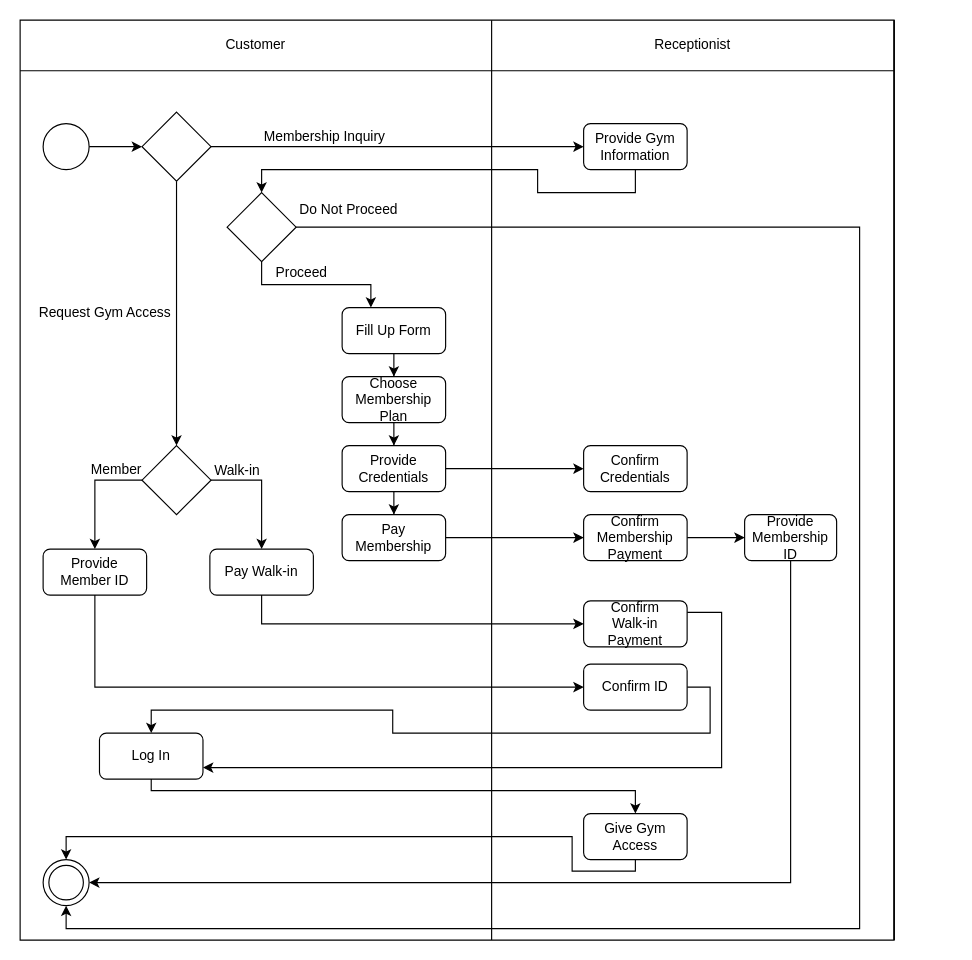
Above: Untitled Diagram.drawio in NanaShakeCoder/RAM-Project (draw.io), before the change. Source tidied: cells renumbered, new cells numbered last; positions are measured from the earlier drawing's top-left corner, leaving out a move shared by most shapes. Both pictures are drawn from the tidied source at 115%, with x=0, y=0 at pixel (20, 20).
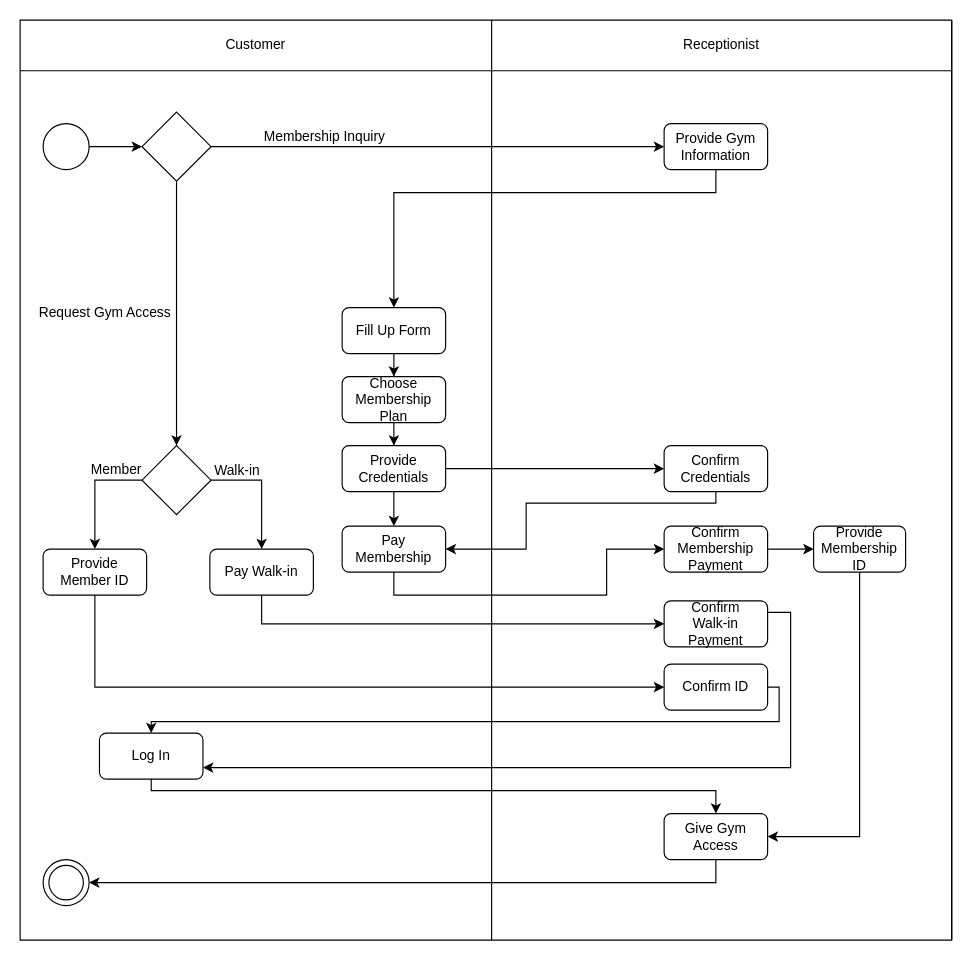
After the change.

The change refers to these unchanged cells:
```xml
<mxCell id="23" style="ellipse;whiteSpace=wrap;html=1;" parent="22" vertex="1">
  <mxGeometry width="40" height="40" as="geometry" />
</mxCell>
<mxCell id="35" value="Fill Up Form" style="rounded=1;whiteSpace=wrap;html=1;" parent="1" vertex="1">
  <mxGeometry x="280" y="250" width="90" height="40" as="geometry" />
</mxCell>
<mxCell id="39" value="Log In" style="rounded=1;whiteSpace=wrap;html=1;" parent="1" vertex="1">
  <mxGeometry x="69" y="620" width="90" height="40" as="geometry" />
</mxCell>
```

Change to the diagram source:
```diff
@@
     <mxCell id="2" style="shape=table;startSize=0;childLayout=tableLayout;" parent="1" vertex="1">
-      <mxGeometry width="760" height="800" as="geometry" />
+      <mxGeometry width="810" height="800" as="geometry" />
     </mxCell>
     <mxCell id="3" style="shape=tableRow;horizontal=0;startSize=0;swimlaneHead=0;swimlaneBody=0;strokeColor=inherit;top=0;left=0;bottom=0;right=0;fillColor=none;" parent="2" vertex="1">
-      <mxGeometry width="760" height="44" as="geometry" />
+      <mxGeometry width="810" height="44" as="geometry" />
     </mxCell>
@@
     <mxCell id="5" value="Receptionist" style="shape=partialRectangle;html=1;whiteSpace=wrap;strokeColor=inherit;overflow=hidden;fillColor=none;top=0;left=0;bottom=0;right=0;" parent="3" vertex="1">
-      <mxGeometry x="410" width="350" height="44" as="geometry" />
+      <mxGeometry x="410" width="400" height="44" as="geometry" />
     </mxCell>
     <mxCell id="6" style="shape=tableRow;horizontal=0;startSize=0;swimlaneHead=0;swimlaneBody=0;strokeColor=inherit;top=0;left=0;bottom=0;right=0;fillColor=none;" parent="2" vertex="1">
-      <mxGeometry y="44" width="760" height="756" as="geometry" />
+      <mxGeometry y="44" width="810" height="756" as="geometry" />
     </mxCell>
@@
     <mxCell id="8" style="shape=partialRectangle;html=1;whiteSpace=wrap;strokeColor=inherit;overflow=hidden;fillColor=none;top=0;left=0;bottom=0;right=0;" parent="6" vertex="1">
-      <mxGeometry x="410" width="350" height="756" as="geometry" />
+      <mxGeometry x="410" width="400" height="756" as="geometry" />
     </mxCell>
     <mxCell id="9" style="whiteSpace=wrap;html=1;" parent="6" vertex="1">
-      <mxGeometry x="760" height="756" as="geometry" />
+      <mxGeometry x="810" height="756" as="geometry" />
     </mxCell>
@@
-    <mxCell id="16" style="edgeStyle=orthogonalEdgeStyle;rounded=0;jettySize=auto;html=1;exitX=0.5;exitY=1;exitDx=0;exitDy=0;entryX=1;entryY=0.5;entryDx=0;entryDy=0;" parent="1" edge="1" source="17" target="23">
+    <mxCell id="16" style="edgeStyle=orthogonalEdgeStyle;rounded=0;jettySize=auto;html=1;exitX=0.5;exitY=1;exitDx=0;exitDy=0;entryX=1;entryY=0.5;entryDx=0;entryDy=0;" parent="1" edge="1" source="17" target="21">
       <mxGeometry relative="1" as="geometry" />
     </mxCell>
     <mxCell id="17" value="Provide Membership&lt;div&gt;ID&lt;/div&gt;" style="rounded=1;whiteSpace=wrap;html=1;" parent="1" vertex="1">
-      <mxGeometry x="630" y="430" width="80" height="40" as="geometry" />
+      <mxGeometry x="690" y="440" width="80" height="40" as="geometry" />
     </mxCell>
@@
     <mxCell id="19" value="Confirm&lt;div&gt;Membership Payment&lt;/div&gt;" style="rounded=1;whiteSpace=wrap;html=1;" parent="1" vertex="1">
-      <mxGeometry x="490" y="430" width="90" height="40" as="geometry" />
+      <mxGeometry x="560" y="440" width="90" height="40" as="geometry" />
     </mxCell>
     <mxCell id="20" style="edgeStyle=orthogonalEdgeStyle;rounded=0;jettySize=auto;html=1;exitX=0.5;exitY=1;exitDx=0;exitDy=0;" parent="1" edge="1" source="21">
       <mxGeometry relative="1" as="geometry">
-        <mxPoint x="40" y="730" as="targetPoint" />
+        <mxPoint x="60" y="750" as="targetPoint" />
         <Array as="points">
-          <mxPoint x="535" y="740" />
-          <mxPoint x="480" y="740" />
-          <mxPoint x="480" y="710" />
-          <mxPoint x="40" y="710" />
+          <mxPoint x="605" y="750" />
         </Array>
       </mxGeometry>
     </mxCell>
     <mxCell id="21" value="Give Gym Access" style="rounded=1;whiteSpace=wrap;html=1;" parent="1" vertex="1">
-      <mxGeometry x="490" y="690" width="90" height="40" as="geometry" />
+      <mxGeometry x="560" y="690" width="90" height="40" as="geometry" />
     </mxCell>
@@
-    <mxCell id="25" style="edgeStyle=orthogonalEdgeStyle;rounded=0;jettySize=auto;html=1;exitX=0.5;exitY=1;exitDx=0;exitDy=0;" parent="1" edge="1" source="26" target="56">
+    <mxCell id="25" style="edgeStyle=orthogonalEdgeStyle;rounded=0;jettySize=auto;html=1;exitX=0.5;exitY=1;exitDx=0;exitDy=0;entryX=0.5;entryY=0;entryDx=0;entryDy=0;" parent="1" edge="1" source="26" target="35">
       <mxGeometry relative="1" as="geometry">
         <Array as="points">
-          <mxPoint x="535" y="150" />
-          <mxPoint x="450" y="150" />
-          <mxPoint x="450" y="130" />
-          <mxPoint x="210" y="130" />
+          <mxPoint x="605" y="150" />
+          <mxPoint x="325" y="150" />
         </Array>
       </mxGeometry>
     </mxCell>
     <mxCell id="26" value="Provide Gym Information" style="rounded=1;whiteSpace=wrap;html=1;" parent="1" vertex="1">
-      <mxGeometry x="490" y="90" width="90" height="40" as="geometry" />
+      <mxGeometry x="560" y="90" width="90" height="40" as="geometry" />
     </mxCell>
@@
     <mxCell id="36" style="edgeStyle=orthogonalEdgeStyle;rounded=0;jettySize=auto;html=1;exitX=1;exitY=0.5;exitDx=0;exitDy=0;entryX=0.5;entryY=0;entryDx=0;entryDy=0;" parent="1" edge="1" source="37" target="39">
       <mxGeometry relative="1" as="geometry">
         <Array as="points">
-          <mxPoint x="600" y="580" />
-          <mxPoint x="600" y="620" />
-          <mxPoint x="324" y="620" />
-          <mxPoint x="324" y="600" />
-          <mxPoint x="114" y="600" />
+          <mxPoint x="660" y="580" />
+          <mxPoint x="660" y="610" />
+          <mxPoint x="114" y="610" />
         </Array>
       </mxGeometry>
     </mxCell>
     <mxCell id="37" value="Confirm ID" style="rounded=1;whiteSpace=wrap;html=1;" parent="1" vertex="1">
-      <mxGeometry x="490" y="560" width="90" height="40" as="geometry" />
+      <mxGeometry x="560" y="560" width="90" height="40" as="geometry" />
     </mxCell>
     <mxCell id="38" style="edgeStyle=orthogonalEdgeStyle;rounded=0;jettySize=auto;html=1;exitX=0.5;exitY=1;exitDx=0;exitDy=0;entryX=0.5;entryY=0;entryDx=0;entryDy=0;" parent="1" edge="1" source="39" target="21">
       <mxGeometry relative="1" as="geometry">
         <Array as="points">
           <mxPoint x="114" y="670" />
-          <mxPoint x="535" y="670" />
+          <mxPoint x="605" y="670" />
         </Array>
       </mxGeometry>
     </mxCell>
@@
-    <mxCell id="41" style="edgeStyle=orthogonalEdgeStyle;rounded=0;jettySize=auto;html=1;" parent="1" edge="1" source="42" target="19">
-      <mxGeometry relative="1" as="geometry" />
+    <mxCell id="41" style="edgeStyle=orthogonalEdgeStyle;rounded=0;jettySize=auto;html=1;exitX=0.5;exitY=1;exitDx=0;exitDy=0;" parent="1" edge="1" source="42" target="19">
+      <mxGeometry relative="1" as="geometry">
+        <Array as="points">
+          <mxPoint x="325" y="500" />
+          <mxPoint x="510" y="500" />
+          <mxPoint x="510" y="460" />
+        </Array>
+      </mxGeometry>
     </mxCell>
     <mxCell id="42" value="Pay Membership" style="rounded=1;whiteSpace=wrap;html=1;" parent="1" vertex="1">
-      <mxGeometry x="280" y="430" width="90" height="40" as="geometry" />
+      <mxGeometry x="280" y="440" width="90" height="40" as="geometry" />
     </mxCell>
-    <mxCell id="43" value="Do Not Proceed" style="text;strokeColor=none;align=center;fillColor=none;html=1;verticalAlign=middle;whiteSpace=wrap;rounded=0;" parent="1" vertex="1">
-      <mxGeometry x="241" y="150" width="90" height="30" as="geometry" />
-    </mxCell>
@@
+    <mxCell id="60" style="edgeStyle=orthogonalEdgeStyle;rounded=0;jettySize=auto;html=1;exitX=0.5;exitY=1;exitDx=0;exitDy=0;entryX=1;entryY=0.5;entryDx=0;entryDy=0;" parent="1" edge="1" source="48" target="42">
+      <mxGeometry relative="1" as="geometry">
+        <Array as="points">
+          <mxPoint x="605" y="420" />
+          <mxPoint x="440" y="420" />
+          <mxPoint x="440" y="460" />
+        </Array>
+      </mxGeometry>
+    </mxCell>
     <mxCell id="48" value="Confirm Credentials" style="rounded=1;whiteSpace=wrap;html=1;" parent="1" vertex="1">
-      <mxGeometry x="490" y="370" width="90" height="40" as="geometry" />
+      <mxGeometry x="560" y="370" width="90" height="40" as="geometry" />
     </mxCell>
@@
-    <mxCell id="52" value="Proceed" style="text;strokeColor=none;align=center;fillColor=none;html=1;verticalAlign=middle;whiteSpace=wrap;rounded=0;" parent="1" vertex="1">
-      <mxGeometry x="200" y="205" width="90" height="30" as="geometry" />
-    </mxCell>
@@
-    <mxCell id="54" style="edgeStyle=orthogonalEdgeStyle;rounded=0;jettySize=auto;html=1;" parent="1" edge="1" source="56" target="35">
-      <mxGeometry relative="1" as="geometry">
-        <Array as="points">
-          <mxPoint x="210" y="230" />
-          <mxPoint x="305" y="230" />
-        </Array>
-      </mxGeometry>
-    </mxCell>
-    <mxCell id="55" style="edgeStyle=orthogonalEdgeStyle;rounded=0;jettySize=auto;html=1;exitX=1;exitY=0.5;exitDx=0;exitDy=0;entryX=0.5;entryY=1;entryDx=0;entryDy=0;" parent="1" edge="1" source="56" target="23">
-      <mxGeometry relative="1" as="geometry">
-        <Array as="points">
-          <mxPoint x="730" y="180" />
-          <mxPoint x="730" y="790" />
-          <mxPoint x="40" y="790" />
-        </Array>
-      </mxGeometry>
-    </mxCell>
-    <mxCell id="56" style="rhombus;whiteSpace=wrap;html=1;" parent="1" vertex="1">
-      <mxGeometry x="180" y="150" width="60" height="60" as="geometry" />
-    </mxCell>
     <mxCell id="57" style="edgeStyle=orthogonalEdgeStyle;rounded=0;jettySize=auto;html=1;exitX=1;exitY=0.25;exitDx=0;exitDy=0;" parent="1" edge="1" source="58">
       <mxGeometry relative="1" as="geometry">
         <mxPoint x="159" y="650" as="targetPoint" />
         <Array as="points">
-          <mxPoint x="610" y="515" />
-          <mxPoint x="610" y="650" />
-          <mxPoint x="159" y="650" />
+          <mxPoint x="670" y="515" />
+          <mxPoint x="670" y="650" />
         </Array>
       </mxGeometry>
     </mxCell>
     <mxCell id="58" value="Confirm&lt;div&gt;Walk-in Payment&lt;/div&gt;" style="rounded=1;whiteSpace=wrap;html=1;" parent="1" vertex="1">
-      <mxGeometry x="490" y="505" width="90" height="40" as="geometry" />
+      <mxGeometry x="560" y="505" width="90" height="40" as="geometry" />
     </mxCell>
```
